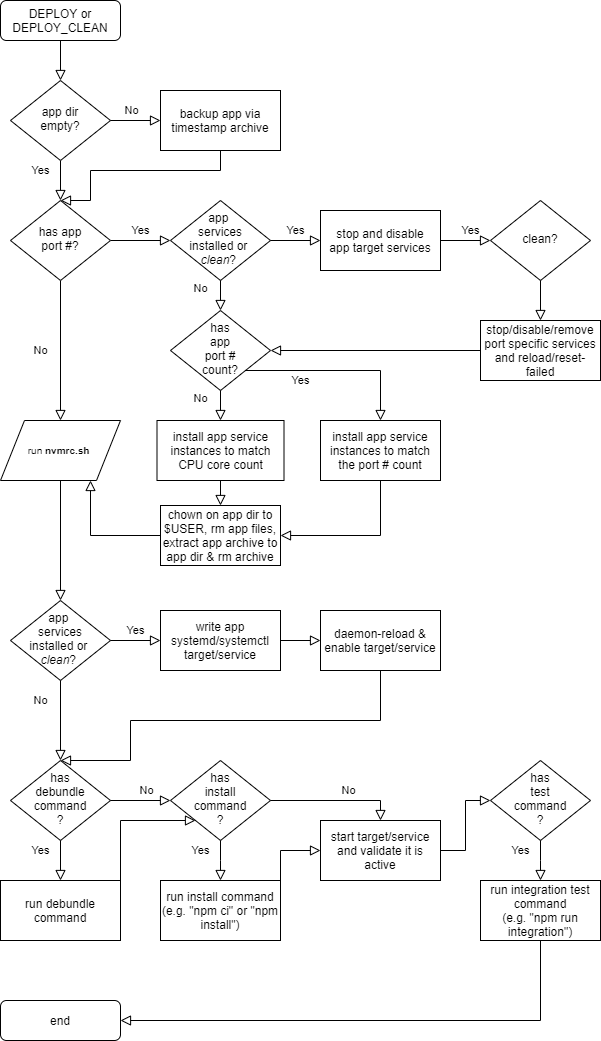
Before: nodejs/img/deploy.png, a diagram exported from draw.io (ugate/repo). Source tidied: cells renumbered, new cells last; positions are measured from the earlier drawing's top-left corner, leaving out a move shared by most shapes.
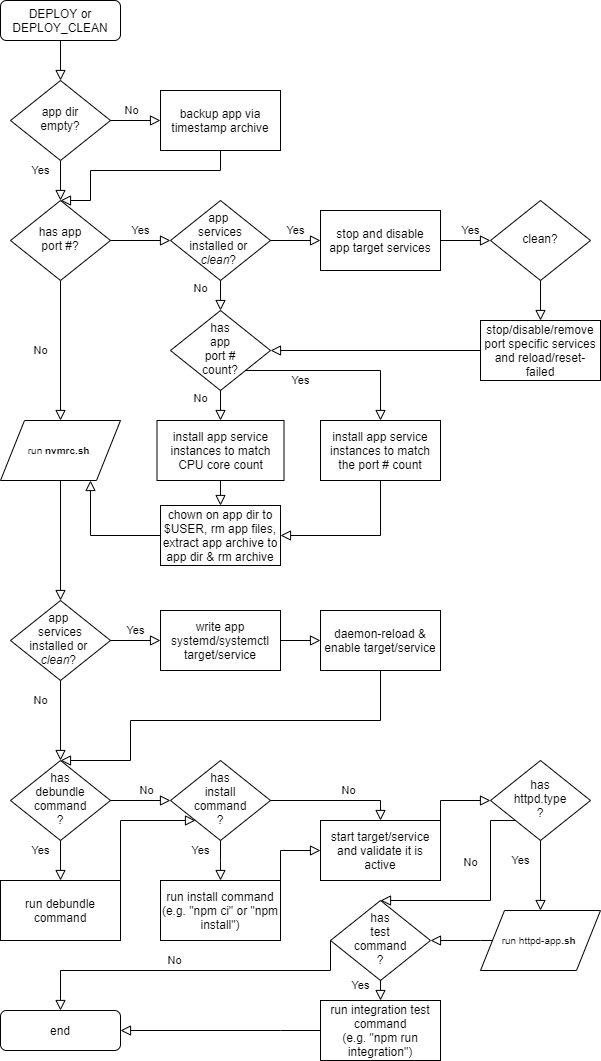
After the change.

Change to the diagram source:
```diff
@@ -24,7 +24,7 @@
       <mxGeometry x="10" y="200" width="100" height="80" as="geometry" />
     </mxCell>
     <mxCell id="9" value="end" style="rounded=1;whiteSpace=wrap;html=1;fontSize=12;glass=0;strokeWidth=1;shadow=0;" parent="1" vertex="1">
-      <mxGeometry y="1000" width="120" height="40" as="geometry" />
+      <mxGeometry y="1010" width="120" height="40" as="geometry" />
     </mxCell>
     <mxCell id="10" value="backup app via timestamp archive" style="rounded=0;whiteSpace=wrap;html=1;" parent="1" vertex="1">
       <mxGeometry x="160" y="90" width="120" height="60" as="geometry" />
@@ -146,7 +146,7 @@
         </Array>
       </mxGeometry>
     </mxCell>
-    <mxCell id="42" value="has&lt;br&gt;test&lt;br&gt;command&lt;br&gt;?" style="rhombus;whiteSpace=wrap;html=1;shadow=0;fontFamily=Helvetica;fontSize=12;align=center;strokeWidth=1;spacing=6;spacingTop=-4;" parent="1" vertex="1">
+    <mxCell id="42" value="has&lt;br&gt;httpd.type&lt;br&gt;?" style="rhombus;whiteSpace=wrap;html=1;shadow=0;fontFamily=Helvetica;fontSize=12;align=center;strokeWidth=1;spacing=6;spacingTop=-4;" parent="1" vertex="1">
       <mxGeometry x="490" y="760" width="100" height="80" as="geometry" />
     </mxCell>
     <mxCell id="43" value="No" style="rounded=0;html=1;jettySize=auto;fontSize=11;endArrow=block;endFill=0;endSize=8;strokeWidth=1;shadow=0;labelBackgroundColor=none;edgeStyle=orthogonalEdgeStyle;entryX=0.5;entryY=0;entryDx=0;entryDy=0;exitX=1;exitY=0.5;exitDx=0;exitDy=0;" parent="1" edge="1" source="38" target="48">
@@ -166,27 +166,20 @@
         </Array>
       </mxGeometry>
     </mxCell>
-    <mxCell id="46" value="run integration test command&lt;br&gt;(e.g. &quot;npm run integration&quot;)" style="rounded=0;whiteSpace=wrap;html=1;" parent="1" vertex="1">
-      <mxGeometry x="480" y="880" width="120" height="60" as="geometry" />
-    </mxCell>
-    <mxCell id="47" value="Yes" style="edgeStyle=orthogonalEdgeStyle;rounded=0;html=1;jettySize=auto;fontSize=11;endArrow=block;endFill=0;endSize=8;strokeWidth=1;shadow=0;labelBackgroundColor=none;exitX=0.5;exitY=1;exitDx=0;exitDy=0;entryX=0.5;entryY=0;entryDx=0;entryDy=0;" parent="1" edge="1" source="42" target="46">
-      <mxGeometry x="-0.5" y="-20" relative="1" as="geometry">
-        <Array as="points">
-          <mxPoint x="540" y="860" />
-          <mxPoint x="540" y="860" />
-        </Array>
-      </mxGeometry>
+    <mxCell id="47" value="Yes" style="edgeStyle=orthogonalEdgeStyle;rounded=0;html=1;jettySize=auto;fontSize=11;endArrow=block;endFill=0;endSize=8;strokeWidth=1;shadow=0;labelBackgroundColor=none;exitX=0.5;exitY=1;exitDx=0;exitDy=0;entryX=0.5;entryY=0;entryDx=0;entryDy=0;" parent="1" edge="1" source="42" target="58">
+      <mxGeometry x="-0.43" y="-20" relative="1" as="geometry" />
     </mxCell>
     <mxCell id="48" value="start target/service and validate it is active" style="rounded=0;whiteSpace=wrap;html=1;" parent="1" vertex="1">
       <mxGeometry x="320" y="820" width="120" height="60" as="geometry" />
     </mxCell>
-    <mxCell id="49" value="Yes" style="edgeStyle=orthogonalEdgeStyle;rounded=0;html=1;jettySize=auto;fontSize=11;endArrow=block;endFill=0;endSize=8;strokeWidth=1;shadow=0;labelBackgroundColor=none;entryX=0;entryY=0.5;entryDx=0;entryDy=0;exitX=1;exitY=0.5;exitDx=0;exitDy=0;textOpacity=0;" parent="1" edge="1" source="48" target="42">
+    <mxCell id="49" value="Yes" style="edgeStyle=orthogonalEdgeStyle;rounded=0;html=1;jettySize=auto;fontSize=11;endArrow=block;endFill=0;endSize=8;strokeWidth=1;shadow=0;labelBackgroundColor=none;entryX=0;entryY=0.5;entryDx=0;entryDy=0;exitX=1;exitY=0;exitDx=0;exitDy=0;textOpacity=0;" parent="1" edge="1" source="48" target="42">
       <mxGeometry y="10" relative="1" as="geometry" />
     </mxCell>
-    <mxCell id="50" value="Yes" style="edgeStyle=orthogonalEdgeStyle;rounded=0;html=1;jettySize=auto;fontSize=11;endArrow=block;endFill=0;endSize=8;strokeWidth=1;shadow=0;labelBackgroundColor=none;exitX=0.5;exitY=1;exitDx=0;exitDy=0;textOpacity=0;entryX=1;entryY=0.5;entryDx=0;entryDy=0;" parent="1" edge="1" source="46" target="9">
+    <mxCell id="50" value="Yes" style="edgeStyle=orthogonalEdgeStyle;rounded=0;html=1;jettySize=auto;fontSize=11;endArrow=block;endFill=0;endSize=8;strokeWidth=1;shadow=0;labelBackgroundColor=none;textOpacity=0;entryX=1;entryY=0.5;entryDx=0;entryDy=0;exitX=0;exitY=0.5;exitDx=0;exitDy=0;" parent="1" edge="1" source="46" target="9">
       <mxGeometry x="-0.5" y="-20" relative="1" as="geometry">
         <Array as="points">
-          <mxPoint x="540" y="1020" />
+          <mxPoint x="280" y="1030" />
+          <mxPoint x="280" y="1030" />
         </Array>
       </mxGeometry>
     </mxCell>
@@ -218,5 +211,41 @@
         </Array>
       </mxGeometry>
     </mxCell>
+    <mxCell id="56" value="has&lt;br&gt;test&lt;br&gt;command&lt;br&gt;?" style="rhombus;whiteSpace=wrap;html=1;shadow=0;fontFamily=Helvetica;fontSize=12;align=center;strokeWidth=1;spacing=6;spacingTop=-4;" parent="1" vertex="1">
+      <mxGeometry x="330" y="900" width="100" height="80" as="geometry" />
+    </mxCell>
+    <mxCell id="46" value="run integration test command&lt;br&gt;(e.g. &quot;npm run integration&quot;)" style="rounded=0;whiteSpace=wrap;html=1;" parent="1" vertex="1">
+      <mxGeometry x="320" y="1000" width="120" height="60" as="geometry" />
+    </mxCell>
+    <mxCell id="57" value="Yes" style="edgeStyle=orthogonalEdgeStyle;rounded=0;html=1;jettySize=auto;fontSize=11;endArrow=block;endFill=0;endSize=8;strokeWidth=1;shadow=0;labelBackgroundColor=none;textOpacity=0;entryX=1;entryY=0.5;entryDx=0;entryDy=0;exitX=0;exitY=0.5;exitDx=0;exitDy=0;" parent="1" edge="1" source="58" target="56">
+      <mxGeometry x="-0.5" y="-20" relative="1" as="geometry">
+        <Array as="points">
+          <mxPoint x="480" y="940" />
+          <mxPoint x="480" y="940" />
+        </Array>
+      </mxGeometry>
+    </mxCell>
+    <mxCell id="58" value="run httpd-app&lt;b&gt;.sh &lt;br&gt;&lt;/b&gt;" style="shape=parallelogram;perimeter=parallelogramPerimeter;whiteSpace=wrap;html=1;fontSize=10;" parent="1" vertex="1">
+      <mxGeometry x="480" y="910" width="120" height="60" as="geometry" />
+    </mxCell>
+    <mxCell id="59" value="No" style="rounded=0;html=1;jettySize=auto;fontSize=11;endArrow=block;endFill=0;endSize=8;strokeWidth=1;shadow=0;labelBackgroundColor=none;edgeStyle=orthogonalEdgeStyle;entryX=0.5;entryY=0;entryDx=0;entryDy=0;exitX=0;exitY=1;exitDx=0;exitDy=0;" parent="1" edge="1" source="42" target="56">
+      <mxGeometry x="-0.38" y="-20" relative="1" as="geometry">
+        <Array as="points">
+          <mxPoint x="490" y="820" />
+          <mxPoint x="490" y="900" />
+        </Array>
+      </mxGeometry>
+    </mxCell>
+    <mxCell id="60" value="Yes" style="edgeStyle=orthogonalEdgeStyle;rounded=0;html=1;jettySize=auto;fontSize=11;endArrow=block;endFill=0;endSize=8;strokeWidth=1;shadow=0;labelBackgroundColor=none;exitX=0.5;exitY=1;exitDx=0;exitDy=0;entryX=0.5;entryY=0;entryDx=0;entryDy=0;" parent="1" edge="1" source="56" target="46">
+      <mxGeometry x="-0.5" y="-20" relative="1" as="geometry" />
+    </mxCell>
+    <mxCell id="61" value="No" style="rounded=0;html=1;jettySize=auto;fontSize=11;endArrow=block;endFill=0;endSize=8;strokeWidth=1;shadow=0;labelBackgroundColor=none;edgeStyle=orthogonalEdgeStyle;entryX=0.5;entryY=0;entryDx=0;entryDy=0;exitX=0;exitY=0.5;exitDx=0;exitDy=0;" parent="1" edge="1" source="56" target="9">
+      <mxGeometry x="0.1" y="-10" relative="1" as="geometry">
+        <Array as="points">
+          <mxPoint x="330" y="970" />
+          <mxPoint x="60" y="970" />
+        </Array>
+      </mxGeometry>
+    </mxCell>
   </root>
 </mxGraphModel>
```
